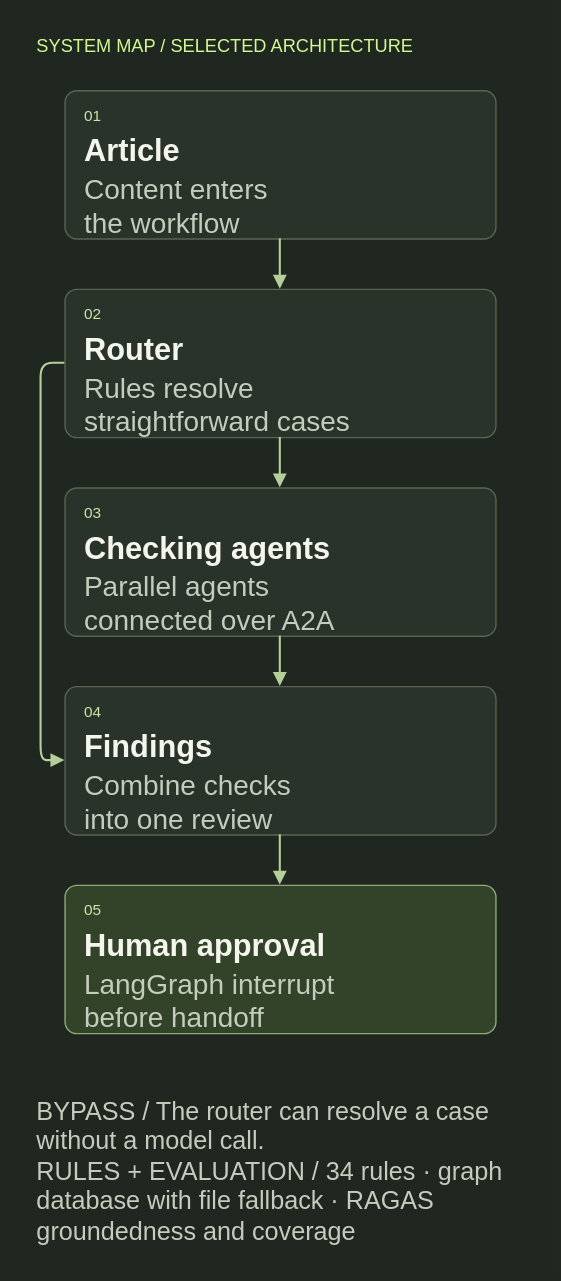
youngfreezy/youngfreezy.github.io keeps this draw.io diagram as images/agents/review-technical-mobile.svg. Above is the earlier version. Source tidied: cells renumbered, new cells last; positions are measured from the earlier drawing's top-left corner, leaving out a move shared by most shapes.
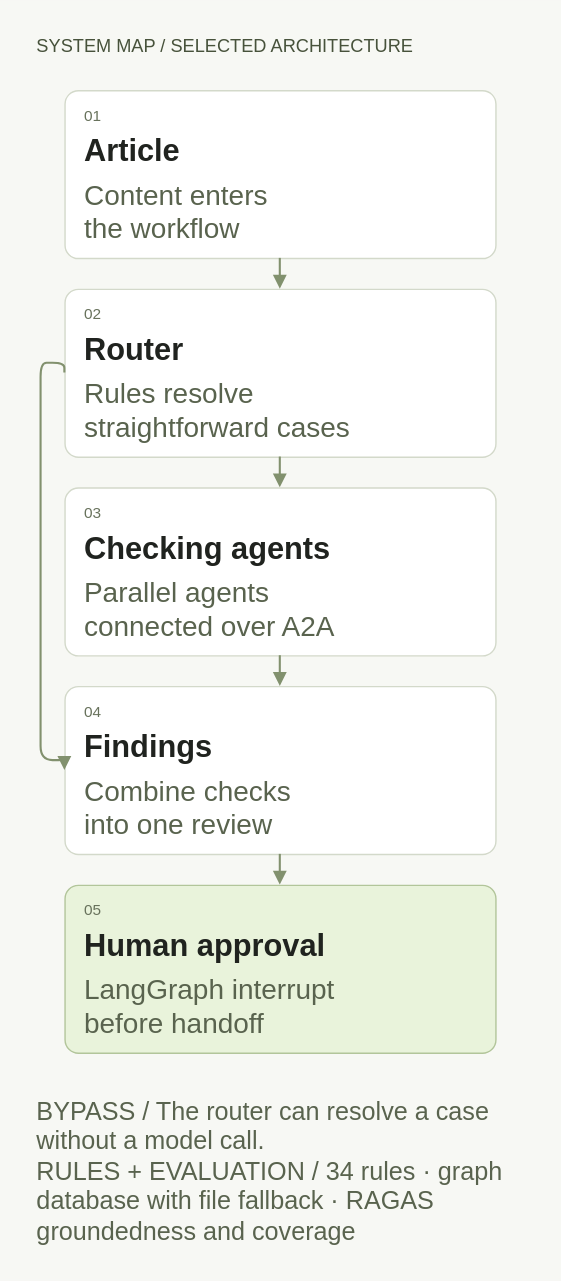
The same diagram one commit later.

The edit, as a diff of the source:
```diff
@@ -1,86 +1,86 @@
-<mxGraphModel background="#202720">
+<mxGraphModel background="#f7f8f4">
   <root>
     <mxCell id="0" />
     <mxCell id="1" parent="0" />
-    <mxCell id="2" style="html=1;fontFamily=Helvetica;fontColor=#f4f6ed;strokeColor=none;fillColor=#202720;" parent="1" vertex="1">
+    <mxCell id="2" style="html=1;fontFamily=Helvetica;fontColor=#20231f;strokeColor=none;fillColor=#f7f8f4;" parent="1" vertex="1">
       <mxGeometry width="400" height="914" as="geometry" />
     </mxCell>
-    <mxCell id="3" value="SYSTEM MAP  /  SELECTED ARCHITECTURE" style="html=1;fontFamily=Helvetica;fontColor=#f4f6ed;text;whiteSpace=wrap;strokeColor=none;fillColor=none;align=left;verticalAlign=middle;fontSize=13;fontColor=#d3f993;fontStyle=0;" parent="1" vertex="1">
+    <mxCell id="3" value="SYSTEM MAP  /  SELECTED ARCHITECTURE" style="html=1;fontFamily=Helvetica;fontColor=#20231f;text;whiteSpace=wrap;strokeColor=none;fillColor=none;align=left;verticalAlign=middle;fontSize=13;fontColor=#47523b;fontStyle=0;" parent="1" vertex="1">
       <mxGeometry x="24" y="18" width="352" height="28" as="geometry" />
     </mxCell>
-    <mxCell id="4" style="html=1;fontFamily=Helvetica;fontColor=#f4f6ed;rounded=1;arcSize=8;fillColor=#2a332a;strokeColor=#596451;strokeWidth=1;" parent="1" vertex="1">
-      <mxGeometry x="46" y="64" width="308" height="106" as="geometry" />
+    <mxCell id="4" style="html=1;fontFamily=Helvetica;fontColor=#20231f;rounded=1;arcSize=8;fillColor=#ffffff;strokeColor=#d3d9ca;strokeWidth=1;" parent="1" vertex="1">
+      <mxGeometry x="46" y="64" width="308" height="120" as="geometry" />
     </mxCell>
-    <mxCell id="5" value="01" style="html=1;fontFamily=Helvetica;fontColor=#f4f6ed;text;whiteSpace=wrap;strokeColor=none;fillColor=none;align=left;verticalAlign=middle;fontSize=11;fontColor=#c7e6a9;fontStyle=0;" parent="4" vertex="1">
+    <mxCell id="5" value="01" style="html=1;fontFamily=Helvetica;fontColor=#20231f;text;whiteSpace=wrap;strokeColor=none;fillColor=none;align=left;verticalAlign=middle;fontSize=11;fontColor=#68725c;fontStyle=0;" parent="4" vertex="1">
       <mxGeometry x="12" y="8" width="30" height="20" as="geometry" />
     </mxCell>
-    <mxCell id="6" value="Article" style="html=1;fontFamily=Helvetica;fontColor=#f4f6ed;text;whiteSpace=wrap;strokeColor=none;fillColor=none;align=left;verticalAlign=middle;fontSize=22;fontColor=#f4f6ed;fontStyle=1;" parent="4" vertex="1">
+    <mxCell id="6" value="Article" style="html=1;fontFamily=Helvetica;fontColor=#20231f;text;whiteSpace=wrap;strokeColor=none;fillColor=none;align=left;verticalAlign=middle;fontSize=22;fontColor=#20231f;fontStyle=1;" parent="4" vertex="1">
       <mxGeometry x="12" y="31" width="284" height="26" as="geometry" />
     </mxCell>
-    <mxCell id="7" value="Content enters&#10;the workflow" style="html=1;fontFamily=Helvetica;fontColor=#f4f6ed;text;whiteSpace=wrap;strokeColor=none;fillColor=none;align=left;verticalAlign=middle;fontSize=20;fontColor=#c4cdbd;fontStyle=0;" parent="4" vertex="1">
-      <mxGeometry x="12" y="62" width="284" height="40" as="geometry" />
+    <mxCell id="7" value="Content enters&#10;the workflow" style="html=1;fontFamily=Helvetica;fontColor=#20231f;text;whiteSpace=wrap;strokeColor=none;fillColor=none;align=left;verticalAlign=middle;fontSize=20;fontColor=#59634e;fontStyle=0;" parent="4" vertex="1">
+      <mxGeometry x="12" y="62" width="284" height="48" as="geometry" />
     </mxCell>
-    <mxCell id="8" style="html=1;fontFamily=Helvetica;fontColor=#f4f6ed;rounded=1;arcSize=8;fillColor=#2a332a;strokeColor=#596451;strokeWidth=1;" parent="1" vertex="1">
-      <mxGeometry x="46" y="206" width="308" height="106" as="geometry" />
+    <mxCell id="8" style="html=1;fontFamily=Helvetica;fontColor=#20231f;rounded=1;arcSize=8;fillColor=#ffffff;strokeColor=#d3d9ca;strokeWidth=1;" parent="1" vertex="1">
+      <mxGeometry x="46" y="206" width="308" height="120" as="geometry" />
     </mxCell>
-    <mxCell id="9" value="02" style="html=1;fontFamily=Helvetica;fontColor=#f4f6ed;text;whiteSpace=wrap;strokeColor=none;fillColor=none;align=left;verticalAlign=middle;fontSize=11;fontColor=#c7e6a9;fontStyle=0;" parent="8" vertex="1">
+    <mxCell id="9" value="02" style="html=1;fontFamily=Helvetica;fontColor=#20231f;text;whiteSpace=wrap;strokeColor=none;fillColor=none;align=left;verticalAlign=middle;fontSize=11;fontColor=#68725c;fontStyle=0;" parent="8" vertex="1">
       <mxGeometry x="12" y="8" width="30" height="20" as="geometry" />
     </mxCell>
-    <mxCell id="10" value="Router" style="html=1;fontFamily=Helvetica;fontColor=#f4f6ed;text;whiteSpace=wrap;strokeColor=none;fillColor=none;align=left;verticalAlign=middle;fontSize=22;fontColor=#f4f6ed;fontStyle=1;" parent="8" vertex="1">
+    <mxCell id="10" value="Router" style="html=1;fontFamily=Helvetica;fontColor=#20231f;text;whiteSpace=wrap;strokeColor=none;fillColor=none;align=left;verticalAlign=middle;fontSize=22;fontColor=#20231f;fontStyle=1;" parent="8" vertex="1">
       <mxGeometry x="12" y="31" width="284" height="26" as="geometry" />
     </mxCell>
-    <mxCell id="11" value="Rules resolve&#10;straightforward cases" style="html=1;fontFamily=Helvetica;fontColor=#f4f6ed;text;whiteSpace=wrap;strokeColor=none;fillColor=none;align=left;verticalAlign=middle;fontSize=20;fontColor=#c4cdbd;fontStyle=0;" parent="8" vertex="1">
-      <mxGeometry x="12" y="62" width="284" height="40" as="geometry" />
+    <mxCell id="11" value="Rules resolve&#10;straightforward cases" style="html=1;fontFamily=Helvetica;fontColor=#20231f;text;whiteSpace=wrap;strokeColor=none;fillColor=none;align=left;verticalAlign=middle;fontSize=20;fontColor=#59634e;fontStyle=0;" parent="8" vertex="1">
+      <mxGeometry x="12" y="62" width="284" height="48" as="geometry" />
     </mxCell>
-    <mxCell id="12" style="html=1;fontFamily=Helvetica;fontColor=#f4f6ed;rounded=1;arcSize=8;fillColor=#2a332a;strokeColor=#596451;strokeWidth=1;" parent="1" vertex="1">
-      <mxGeometry x="46" y="348" width="308" height="106" as="geometry" />
+    <mxCell id="12" style="html=1;fontFamily=Helvetica;fontColor=#20231f;rounded=1;arcSize=8;fillColor=#ffffff;strokeColor=#d3d9ca;strokeWidth=1;" parent="1" vertex="1">
+      <mxGeometry x="46" y="348" width="308" height="120" as="geometry" />
     </mxCell>
-    <mxCell id="13" value="03" style="html=1;fontFamily=Helvetica;fontColor=#f4f6ed;text;whiteSpace=wrap;strokeColor=none;fillColor=none;align=left;verticalAlign=middle;fontSize=11;fontColor=#c7e6a9;fontStyle=0;" parent="12" vertex="1">
+    <mxCell id="13" value="03" style="html=1;fontFamily=Helvetica;fontColor=#20231f;text;whiteSpace=wrap;strokeColor=none;fillColor=none;align=left;verticalAlign=middle;fontSize=11;fontColor=#68725c;fontStyle=0;" parent="12" vertex="1">
       <mxGeometry x="12" y="8" width="30" height="20" as="geometry" />
     </mxCell>
-    <mxCell id="14" value="Checking agents" style="html=1;fontFamily=Helvetica;fontColor=#f4f6ed;text;whiteSpace=wrap;strokeColor=none;fillColor=none;align=left;verticalAlign=middle;fontSize=22;fontColor=#f4f6ed;fontStyle=1;" parent="12" vertex="1">
+    <mxCell id="14" value="Checking agents" style="html=1;fontFamily=Helvetica;fontColor=#20231f;text;whiteSpace=wrap;strokeColor=none;fillColor=none;align=left;verticalAlign=middle;fontSize=22;fontColor=#20231f;fontStyle=1;" parent="12" vertex="1">
       <mxGeometry x="12" y="31" width="284" height="26" as="geometry" />
     </mxCell>
-    <mxCell id="15" value="Parallel agents&#10;connected over A2A" style="html=1;fontFamily=Helvetica;fontColor=#f4f6ed;text;whiteSpace=wrap;strokeColor=none;fillColor=none;align=left;verticalAlign=middle;fontSize=20;fontColor=#c4cdbd;fontStyle=0;" parent="12" vertex="1">
-      <mxGeometry x="12" y="62" width="284" height="40" as="geometry" />
+    <mxCell id="15" value="Parallel agents&#10;connected over A2A" style="html=1;fontFamily=Helvetica;fontColor=#20231f;text;whiteSpace=wrap;strokeColor=none;fillColor=none;align=left;verticalAlign=middle;fontSize=20;fontColor=#59634e;fontStyle=0;" parent="12" vertex="1">
+      <mxGeometry x="12" y="62" width="284" height="48" as="geometry" />
     </mxCell>
-    <mxCell id="16" style="html=1;fontFamily=Helvetica;fontColor=#f4f6ed;rounded=1;arcSize=8;fillColor=#2a332a;strokeColor=#596451;strokeWidth=1;" parent="1" vertex="1">
-      <mxGeometry x="46" y="490" width="308" height="106" as="geometry" />
+    <mxCell id="16" style="html=1;fontFamily=Helvetica;fontColor=#20231f;rounded=1;arcSize=8;fillColor=#ffffff;strokeColor=#d3d9ca;strokeWidth=1;" parent="1" vertex="1">
+      <mxGeometry x="46" y="490" width="308" height="120" as="geometry" />
     </mxCell>
-    <mxCell id="17" value="04" style="html=1;fontFamily=Helvetica;fontColor=#f4f6ed;text;whiteSpace=wrap;strokeColor=none;fillColor=none;align=left;verticalAlign=middle;fontSize=11;fontColor=#c7e6a9;fontStyle=0;" parent="16" vertex="1">
+    <mxCell id="17" value="04" style="html=1;fontFamily=Helvetica;fontColor=#20231f;text;whiteSpace=wrap;strokeColor=none;fillColor=none;align=left;verticalAlign=middle;fontSize=11;fontColor=#68725c;fontStyle=0;" parent="16" vertex="1">
       <mxGeometry x="12" y="8" width="30" height="20" as="geometry" />
     </mxCell>
-    <mxCell id="18" value="Findings" style="html=1;fontFamily=Helvetica;fontColor=#f4f6ed;text;whiteSpace=wrap;strokeColor=none;fillColor=none;align=left;verticalAlign=middle;fontSize=22;fontColor=#f4f6ed;fontStyle=1;" parent="16" vertex="1">
+    <mxCell id="18" value="Findings" style="html=1;fontFamily=Helvetica;fontColor=#20231f;text;whiteSpace=wrap;strokeColor=none;fillColor=none;align=left;verticalAlign=middle;fontSize=22;fontColor=#20231f;fontStyle=1;" parent="16" vertex="1">
       <mxGeometry x="12" y="31" width="284" height="26" as="geometry" />
     </mxCell>
-    <mxCell id="19" value="Combine checks&#10;into one review" style="html=1;fontFamily=Helvetica;fontColor=#f4f6ed;text;whiteSpace=wrap;strokeColor=none;fillColor=none;align=left;verticalAlign=middle;fontSize=20;fontColor=#c4cdbd;fontStyle=0;" parent="16" vertex="1">
-      <mxGeometry x="12" y="62" width="284" height="40" as="geometry" />
+    <mxCell id="19" value="Combine checks&#10;into one review" style="html=1;fontFamily=Helvetica;fontColor=#20231f;text;whiteSpace=wrap;strokeColor=none;fillColor=none;align=left;verticalAlign=middle;fontSize=20;fontColor=#59634e;fontStyle=0;" parent="16" vertex="1">
+      <mxGeometry x="12" y="62" width="284" height="48" as="geometry" />
     </mxCell>
-    <mxCell id="20" style="html=1;fontFamily=Helvetica;fontColor=#f4f6ed;rounded=1;arcSize=8;fillColor=#33432a;strokeColor=#8eaa75;strokeWidth=1;" parent="1" vertex="1">
-      <mxGeometry x="46" y="632" width="308" height="106" as="geometry" />
+    <mxCell id="20" style="html=1;fontFamily=Helvetica;fontColor=#20231f;rounded=1;arcSize=8;fillColor=#e9f3db;strokeColor=#b2c59a;strokeWidth=1;" parent="1" vertex="1">
+      <mxGeometry x="46" y="632" width="308" height="120" as="geometry" />
     </mxCell>
-    <mxCell id="21" value="05" style="html=1;fontFamily=Helvetica;fontColor=#f4f6ed;text;whiteSpace=wrap;strokeColor=none;fillColor=none;align=left;verticalAlign=middle;fontSize=11;fontColor=#c7e6a9;fontStyle=0;" parent="20" vertex="1">
+    <mxCell id="21" value="05" style="html=1;fontFamily=Helvetica;fontColor=#20231f;text;whiteSpace=wrap;strokeColor=none;fillColor=none;align=left;verticalAlign=middle;fontSize=11;fontColor=#68725c;fontStyle=0;" parent="20" vertex="1">
       <mxGeometry x="12" y="8" width="30" height="20" as="geometry" />
     </mxCell>
-    <mxCell id="22" value="Human approval" style="html=1;fontFamily=Helvetica;fontColor=#f4f6ed;text;whiteSpace=wrap;strokeColor=none;fillColor=none;align=left;verticalAlign=middle;fontSize=22;fontColor=#f4f6ed;fontStyle=1;" parent="20" vertex="1">
+    <mxCell id="22" value="Human approval" style="html=1;fontFamily=Helvetica;fontColor=#20231f;text;whiteSpace=wrap;strokeColor=none;fillColor=none;align=left;verticalAlign=middle;fontSize=22;fontColor=#20231f;fontStyle=1;" parent="20" vertex="1">
       <mxGeometry x="12" y="31" width="284" height="26" as="geometry" />
     </mxCell>
-    <mxCell id="23" value="LangGraph interrupt&#10;before handoff" style="html=1;fontFamily=Helvetica;fontColor=#f4f6ed;text;whiteSpace=wrap;strokeColor=none;fillColor=none;align=left;verticalAlign=middle;fontSize=20;fontColor=#c4cdbd;fontStyle=0;" parent="20" vertex="1">
-      <mxGeometry x="12" y="62" width="284" height="40" as="geometry" />
+    <mxCell id="23" value="LangGraph interrupt&#10;before handoff" style="html=1;fontFamily=Helvetica;fontColor=#20231f;text;whiteSpace=wrap;strokeColor=none;fillColor=none;align=left;verticalAlign=middle;fontSize=20;fontColor=#59634e;fontStyle=0;" parent="20" vertex="1">
+      <mxGeometry x="12" y="62" width="284" height="48" as="geometry" />
     </mxCell>
-    <mxCell id="24" style="edgeStyle=orthogonalEdgeStyle;rounded=1;jettySize=auto;strokeColor=#b4cf99;strokeWidth=1.5;endArrow=block;endFill=1;exitX=.5;exitY=1;entryX=.5;entryY=0;" parent="1" edge="1" source="4" target="8">
+    <mxCell id="24" style="edgeStyle=orthogonalEdgeStyle;rounded=1;jettySize=auto;strokeColor=#82916e;strokeWidth=1.5;endArrow=block;endFill=1;exitX=.5;exitY=1;entryX=.5;entryY=0;" parent="1" edge="1" source="4" target="8">
       <mxGeometry relative="1" as="geometry" />
     </mxCell>
-    <mxCell id="25" style="edgeStyle=orthogonalEdgeStyle;rounded=1;jettySize=auto;strokeColor=#b4cf99;strokeWidth=1.5;endArrow=block;endFill=1;exitX=.5;exitY=1;entryX=.5;entryY=0;" parent="1" edge="1" source="8" target="12">
+    <mxCell id="25" style="edgeStyle=orthogonalEdgeStyle;rounded=1;jettySize=auto;strokeColor=#82916e;strokeWidth=1.5;endArrow=block;endFill=1;exitX=.5;exitY=1;entryX=.5;entryY=0;" parent="1" edge="1" source="8" target="12">
       <mxGeometry relative="1" as="geometry" />
     </mxCell>
-    <mxCell id="26" style="edgeStyle=orthogonalEdgeStyle;rounded=1;jettySize=auto;strokeColor=#b4cf99;strokeWidth=1.5;endArrow=block;endFill=1;exitX=.5;exitY=1;entryX=.5;entryY=0;" parent="1" edge="1" source="12" target="16">
+    <mxCell id="26" style="edgeStyle=orthogonalEdgeStyle;rounded=1;jettySize=auto;strokeColor=#82916e;strokeWidth=1.5;endArrow=block;endFill=1;exitX=.5;exitY=1;entryX=.5;entryY=0;" parent="1" edge="1" source="12" target="16">
       <mxGeometry relative="1" as="geometry" />
     </mxCell>
-    <mxCell id="27" style="edgeStyle=orthogonalEdgeStyle;rounded=1;jettySize=auto;strokeColor=#b4cf99;strokeWidth=1.5;endArrow=block;endFill=1;exitX=.5;exitY=1;entryX=.5;entryY=0;" parent="1" edge="1" source="16" target="20">
+    <mxCell id="27" style="edgeStyle=orthogonalEdgeStyle;rounded=1;jettySize=auto;strokeColor=#82916e;strokeWidth=1.5;endArrow=block;endFill=1;exitX=.5;exitY=1;entryX=.5;entryY=0;" parent="1" edge="1" source="16" target="20">
       <mxGeometry relative="1" as="geometry" />
     </mxCell>
-    <mxCell id="28" style="edgeStyle=orthogonalEdgeStyle;rounded=1;jettySize=auto;strokeColor=#b4cf99;strokeWidth=1.5;endArrow=block;endFill=1;exitX=0;exitY=.5;entryX=0;entryY=.5;" parent="1" edge="1" source="8" target="16">
+    <mxCell id="28" style="edgeStyle=orthogonalEdgeStyle;rounded=1;jettySize=auto;strokeColor=#82916e;strokeWidth=1.5;endArrow=block;endFill=1;exitX=0;exitY=.5;entryX=0;entryY=.5;" parent="1" edge="1" source="8" target="16">
       <mxGeometry relative="1" as="geometry">
         <Array as="points">
           <mxPoint x="29" y="259" />
@@ -88,7 +88,7 @@
         </Array>
       </mxGeometry>
     </mxCell>
-    <mxCell id="29" value="BYPASS  /  The router can resolve a case without a model call.&#10;RULES + EVALUATION  /  34 rules · graph database with file fallback · RAGAS groundedness and coverage" style="html=1;fontFamily=Helvetica;fontColor=#f4f6ed;text;whiteSpace=wrap;strokeColor=none;fillColor=none;align=left;verticalAlign=middle;fontSize=18;fontColor=#c4cdbd;fontStyle=0;" parent="1" vertex="1">
+    <mxCell id="29" value="BYPASS  /  The router can resolve a case without a model call.&#10;RULES + EVALUATION  /  34 rules · graph database with file fallback · RAGAS groundedness and coverage" style="html=1;fontFamily=Helvetica;fontColor=#20231f;text;whiteSpace=wrap;strokeColor=none;fillColor=none;align=left;verticalAlign=middle;fontSize=18;fontColor=#59634e;fontStyle=0;" parent="1" vertex="1">
       <mxGeometry x="24" y="772" width="352" height="130" as="geometry" />
     </mxCell>
   </root>
```
